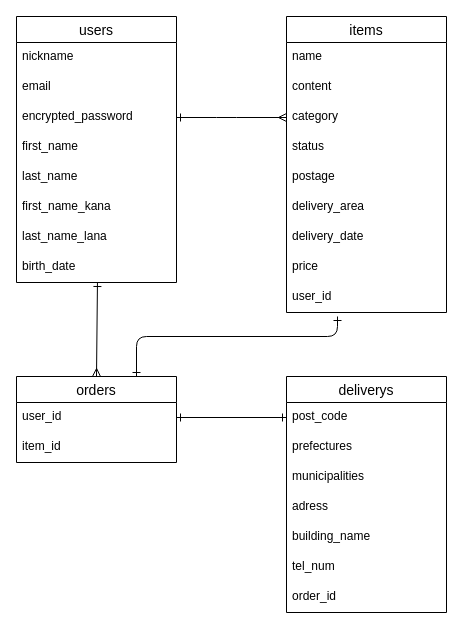
Earlier version of the draw.io diagram ER.dio (s-soichiro/furima-37352). Source tidied: cells renumbered, new cells numbered last; positions are measured from the earlier drawing's top-left corner, leaving out a move shared by most shapes. Both pictures are drawn from the tidied source at 100%, with x=0, y=0 at pixel (16, 16).
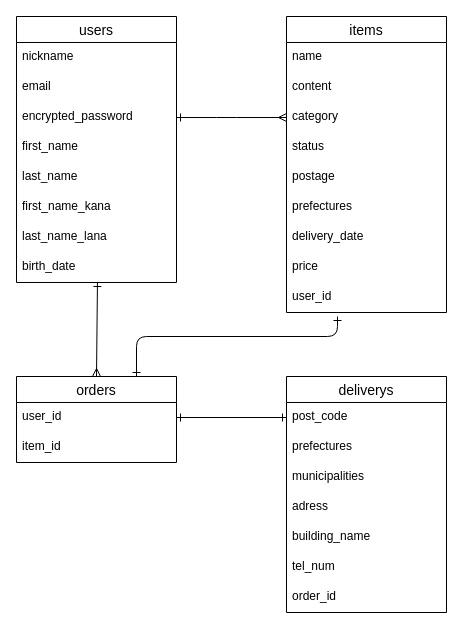
Above is the later version.

The change refers to these unchanged cells:
```xml
<mxCell id="15" value="items" style="swimlane;fontStyle=0;horizontal=1;startSize=26;align=center;fontSize=14;" parent="1" vertex="1">
  <mxGeometry x="270" width="160" height="296" as="geometry" />
</mxCell>
```

The edit, as a diff of the source:
```diff
@@
-    <mxCell id="21" value="delivery_area" style="text;strokeColor=none;fillColor=none;spacingLeft=4;spacingRight=4;overflow=hidden;fontSize=12;" parent="15" vertex="1">
+    <mxCell id="21" value="prefectures" style="text;strokeColor=none;fillColor=none;spacingLeft=4;spacingRight=4;overflow=hidden;fontSize=12;" parent="15" vertex="1">
       <mxGeometry y="176" width="160" height="30" as="geometry" />
     </mxCell>
```
